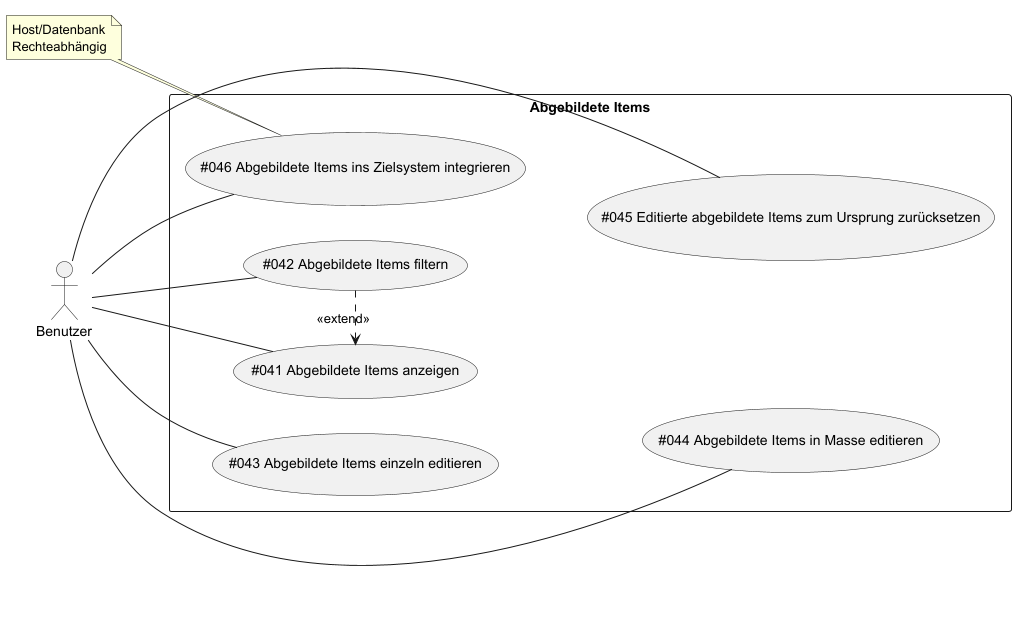
TuncerCatalkaya/data-integration keeps this PlantUML diagram as data-integration-documentation/src/main/images/usecases/mappedItems.png. Above is the earlier version.
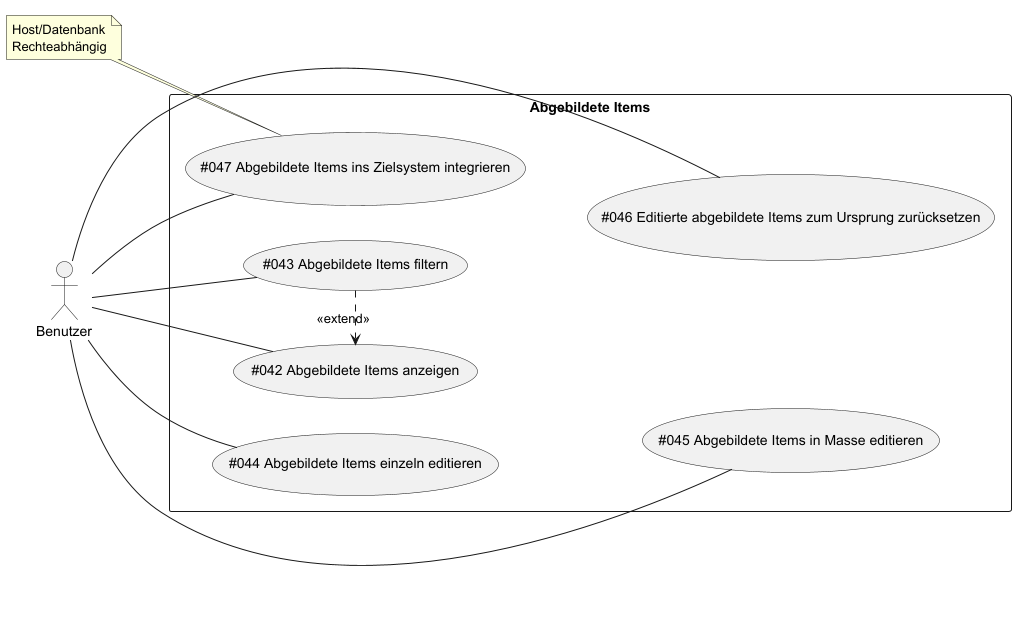
After the change.

The edit, as a diff of the source:
```diff
@@ -4,28 +4,28 @@
 actor Benutzer as Actor1
 
 rectangle "Abgebildete Items" {
-    (#041 Abgebildete Items anzeigen) as (UC41)
-    (#042 Abgebildete Items filtern) as (UC42)
-    (#043 Abgebildete Items einzeln editieren) as (UC43)
-    (#044 Abgebildete Items in Masse editieren) as (UC44)
-    (#045 Editierte abgebildete Items zum Ursprung zurücksetzen) as (UC45)
-    (#046 Abgebildete Items ins Zielsystem integrieren) as (UC46)
+    (#042 Abgebildete Items anzeigen) as (UC42)
+    (#043 Abgebildete Items filtern) as (UC43)
+    (#044 Abgebildete Items einzeln editieren) as (UC44)
+    (#045 Abgebildete Items in Masse editieren) as (UC45)
+    (#046 Editierte abgebildete Items zum Ursprung zurücksetzen) as (UC46)
+    (#047 Abgebildete Items ins Zielsystem integrieren) as (UC47)
 }
 
 note "Host/Datenbank\nRechteabhängig" as N1
 
-Actor1 -- (UC41)
 Actor1 -- (UC42)
 Actor1 -- (UC43)
 Actor1 -- (UC44)
 Actor1 -- (UC45)
 Actor1 -- (UC46)
+Actor1 -- (UC47)
 
-(UC42) .> (UC41) : <<extend>>
+(UC43) .> (UC42) : <<extend>>
 
-(UC41) -[hidden]- (UC44)
 (UC42) -[hidden]- (UC45)
+(UC43) -[hidden]- (UC46)
 
-N1 .. (UC46)
+N1 .. (UC47)
 
 @enduml
```
